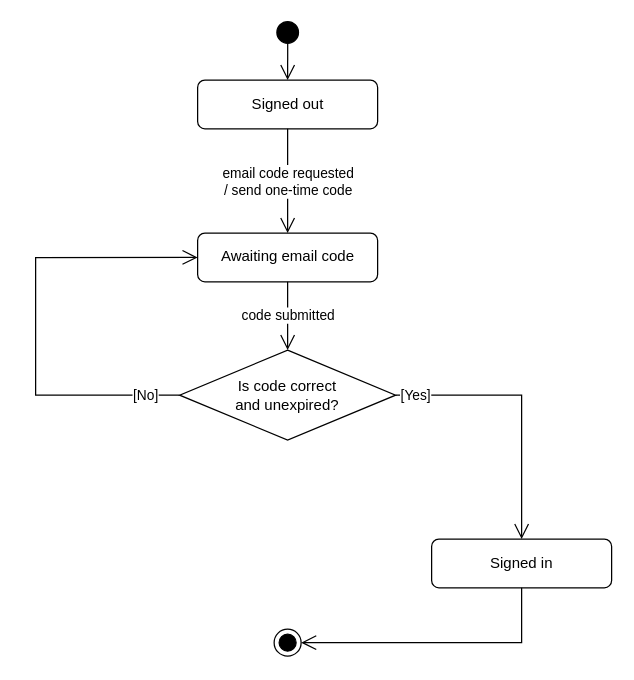
Earlier version of the draw.io diagram page "Authentication & Account" (1 of 9) of diagrams/09-state-machine/State-Machine-Diagrams.drawio (openai-scientist/docs). Source tidied: cells renumbered, new cells numbered last; positions are measured from the earlier drawing's top-left corner, leaving out a move shared by most shapes. Both pictures are drawn from the tidied source at 125%, with x=0, y=0 at pixel (35, 21).
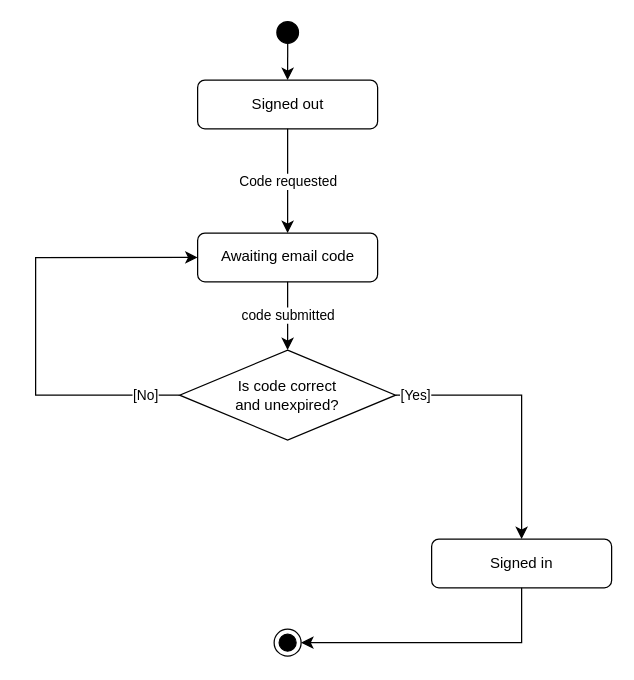
The same diagram, later.

Change to the diagram source:
```diff
@@
 <mxGraphModel background="#ffffff">
   <root>
     <mxCell id="0" />
     <mxCell id="1" parent="0" />
     <mxCell id="2" style="html=1;fontFamily=Arial;fontColor=#000000;strokeColor=#000000;fillColor=#ffffff;strokeWidth=1;ellipse;fillColor=#000000;fontSize=12;" parent="1" vertex="1">
       <mxGeometry x="193" y="-0.2" width="17.3" height="17.3" as="geometry" />
     </mxCell>
     <mxCell id="3" value="Signed out" style="html=1;fontFamily=Arial;fontColor=#000000;strokeColor=#000000;fillColor=#ffffff;strokeWidth=1;rounded=1;arcSize=15;whiteSpace=wrap;fontSize=12;" parent="1" vertex="1">
       <mxGeometry x="129.6" y="46.6" width="144" height="38.9" as="geometry" />
     </mxCell>
     <mxCell id="4" value="Awaiting email code" style="html=1;fontFamily=Arial;fontColor=#000000;strokeColor=#000000;fillColor=#ffffff;strokeWidth=1;rounded=1;arcSize=15;whiteSpace=wrap;fontSize=12;" parent="1" vertex="1">
       <mxGeometry x="129.6" y="169" width="144" height="38.9" as="geometry" />
     </mxCell>
     <mxCell id="5" value="Is code correct&#10;and unexpired?" style="html=1;fontFamily=Arial;fontColor=#000000;strokeColor=#000000;fillColor=#ffffff;strokeWidth=1;rhombus;whiteSpace=wrap;fontSize=12;" parent="1" vertex="1">
       <mxGeometry x="115.2" y="262.6" width="172.8" height="72" as="geometry" />
     </mxCell>
     <mxCell id="6" value="Signed in" style="html=1;fontFamily=Arial;fontColor=#000000;strokeColor=#000000;fillColor=#ffffff;strokeWidth=1;rounded=1;arcSize=15;whiteSpace=wrap;fontSize=12;" parent="1" vertex="1">
       <mxGeometry x="316.8" y="413.8" width="144" height="38.9" as="geometry" />
     </mxCell>
     <mxCell id="7" style="html=1;fontFamily=Arial;fontColor=#000000;strokeColor=#000000;fillColor=#ffffff;strokeWidth=1;ellipse;shape=endState;fillColor=#000000;fontSize=12;" parent="1" vertex="1">
       <mxGeometry x="190.8" y="485.8" width="21.6" height="21.6" as="geometry" />
     </mxCell>
-    <mxCell id="8" style="html=1;fontFamily=Arial;fontColor=#000000;strokeColor=#000000;fillColor=#ffffff;strokeWidth=1;edgeStyle=orthogonalEdgeStyle;rounded=0;jettySize=auto;endArrow=open;endSize=10;endFill=0;labelBackgroundColor=#ffffff;align=center;verticalAlign=middle;exitX=0.5;exitY=1;entryX=0.5;entryY=0;exitPerimeter=1;entryPerimeter=1;fontSize=11;" parent="1" edge="1" source="2" target="3">
+    <mxCell id="8" style="html=1;fontFamily=Arial;fontColor=#000000;strokeColor=#000000;fillColor=#ffffff;strokeWidth=1;edgeStyle=orthogonalEdgeStyle;rounded=0;jettySize=auto;endArrow=classic;endSize=7;endFill=1;labelBackgroundColor=#ffffff;align=center;verticalAlign=middle;exitX=0.5;exitY=1;entryX=0.5;entryY=0;exitPerimeter=1;entryPerimeter=1;fontSize=11;" parent="1" edge="1" source="2" target="3">
       <mxGeometry relative="1" as="geometry" />
     </mxCell>
-    <mxCell id="9" value="email code requested&#10;/ send one-time code" style="html=1;fontFamily=Arial;fontColor=#000000;strokeColor=#000000;fillColor=#ffffff;strokeWidth=1;edgeStyle=orthogonalEdgeStyle;rounded=0;jettySize=auto;endArrow=open;endSize=10;endFill=0;labelBackgroundColor=#ffffff;align=center;verticalAlign=middle;exitX=0.5;exitY=1;entryX=0.5;entryY=0;exitPerimeter=1;entryPerimeter=1;fontSize=11;" parent="1" edge="1" source="3" target="4">
+    <mxCell id="9" value="Code requested" style="html=1;fontFamily=Arial;fontColor=#000000;strokeColor=#000000;fillColor=#ffffff;strokeWidth=1;edgeStyle=orthogonalEdgeStyle;rounded=0;jettySize=auto;endArrow=classic;endSize=7;endFill=1;labelBackgroundColor=#ffffff;align=center;verticalAlign=middle;exitX=0.5;exitY=1;entryX=0.5;entryY=0;exitPerimeter=1;entryPerimeter=1;fontSize=11;" parent="1" edge="1" source="3" target="4">
       <mxGeometry relative="1" as="geometry" />
     </mxCell>
-    <mxCell id="10" value="code submitted" style="html=1;fontFamily=Arial;fontColor=#000000;strokeColor=#000000;fillColor=#ffffff;strokeWidth=1;edgeStyle=orthogonalEdgeStyle;rounded=0;jettySize=auto;endArrow=open;endSize=10;endFill=0;labelBackgroundColor=#ffffff;align=center;verticalAlign=middle;exitX=0.5;exitY=1;entryX=0.5;entryY=0;exitPerimeter=1;entryPerimeter=1;fontSize=11;" parent="1" edge="1" source="4" target="5">
+    <mxCell id="10" value="code submitted" style="html=1;fontFamily=Arial;fontColor=#000000;strokeColor=#000000;fillColor=#ffffff;strokeWidth=1;edgeStyle=orthogonalEdgeStyle;rounded=0;jettySize=auto;endArrow=classic;endSize=7;endFill=1;labelBackgroundColor=#ffffff;align=center;verticalAlign=middle;exitX=0.5;exitY=1;entryX=0.5;entryY=0;exitPerimeter=1;entryPerimeter=1;fontSize=11;" parent="1" edge="1" source="4" target="5">
       <mxGeometry relative="1" as="geometry" />
     </mxCell>
-    <mxCell id="11" value="[No]" style="html=1;fontFamily=Arial;fontColor=#000000;strokeColor=#000000;fillColor=#ffffff;strokeWidth=1;edgeStyle=orthogonalEdgeStyle;rounded=0;jettySize=auto;endArrow=open;endSize=10;endFill=0;labelBackgroundColor=#ffffff;align=center;verticalAlign=middle;exitX=0;exitY=0.5;entryX=0;entryY=0.5;exitPerimeter=1;entryPerimeter=1;fontSize=11;" parent="1" edge="1" source="5" target="4">
+    <mxCell id="11" value="[No]" style="html=1;fontFamily=Arial;fontColor=#000000;strokeColor=#000000;fillColor=#ffffff;strokeWidth=1;edgeStyle=orthogonalEdgeStyle;rounded=0;jettySize=auto;endArrow=classic;endSize=7;endFill=1;labelBackgroundColor=#ffffff;align=center;verticalAlign=middle;exitX=0;exitY=0.5;entryX=0;entryY=0.5;exitPerimeter=1;entryPerimeter=1;fontSize=11;" parent="1" edge="1" source="5" target="4">
       <mxGeometry x="-0.85" relative="1" as="geometry">
         <Array as="points">
           <mxPoint y="298.6" />
           <mxPoint y="188.4" />
         </Array>
       </mxGeometry>
     </mxCell>
-    <mxCell id="12" value="[Yes]" style="html=1;fontFamily=Arial;fontColor=#000000;strokeColor=#000000;fillColor=#ffffff;strokeWidth=1;edgeStyle=orthogonalEdgeStyle;rounded=0;jettySize=auto;endArrow=open;endSize=10;endFill=0;labelBackgroundColor=#ffffff;align=center;verticalAlign=middle;exitX=1;exitY=0.5;entryX=0.5;entryY=0;exitPerimeter=1;entryPerimeter=1;fontSize=11;" parent="1" edge="1" source="5" target="6">
+    <mxCell id="12" value="[Yes]" style="html=1;fontFamily=Arial;fontColor=#000000;strokeColor=#000000;fillColor=#ffffff;strokeWidth=1;edgeStyle=orthogonalEdgeStyle;rounded=0;jettySize=auto;endArrow=classic;endSize=7;endFill=1;labelBackgroundColor=#ffffff;align=center;verticalAlign=middle;exitX=1;exitY=0.5;entryX=0.5;entryY=0;exitPerimeter=1;entryPerimeter=1;fontSize=11;" parent="1" edge="1" source="5" target="6">
       <mxGeometry x="-0.85" relative="1" as="geometry">
         <Array as="points">
           <mxPoint x="388.8" y="298.6" />
         </Array>
       </mxGeometry>
     </mxCell>
-    <mxCell id="13" style="html=1;fontFamily=Arial;fontColor=#000000;strokeColor=#000000;fillColor=#ffffff;strokeWidth=1;edgeStyle=orthogonalEdgeStyle;rounded=0;jettySize=auto;endArrow=open;endSize=10;endFill=0;labelBackgroundColor=#ffffff;align=center;verticalAlign=middle;exitX=0.5;exitY=1;entryX=1;entryY=0.5;exitPerimeter=1;entryPerimeter=1;fontSize=11;" parent="1" edge="1" source="6" target="7">
+    <mxCell id="13" style="html=1;fontFamily=Arial;fontColor=#000000;strokeColor=#000000;fillColor=#ffffff;strokeWidth=1;edgeStyle=orthogonalEdgeStyle;rounded=0;jettySize=auto;endArrow=classic;endSize=7;endFill=1;labelBackgroundColor=#ffffff;align=center;verticalAlign=middle;exitX=0.5;exitY=1;entryX=1;entryY=0.5;exitPerimeter=1;entryPerimeter=1;fontSize=11;" parent="1" edge="1" source="6" target="7">
       <mxGeometry relative="1" as="geometry">
         <Array as="points">
           <mxPoint x="388.8" y="496.6" />
         </Array>
       </mxGeometry>
     </mxCell>
   </root>
 </mxGraphModel>
```
